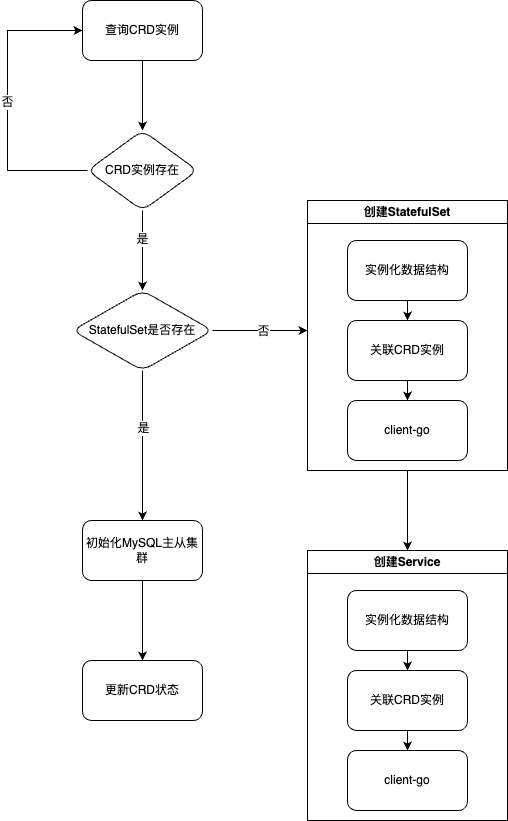
This is diagrams/MysqlOperator流程图.png from kbsonlong/notes_statics, a draw.io export, as it was before one commit. Source tidied: cells renumbered, new cells last; positions are measured from the earlier drawing's top-left corner, leaving out a move shared by most shapes.
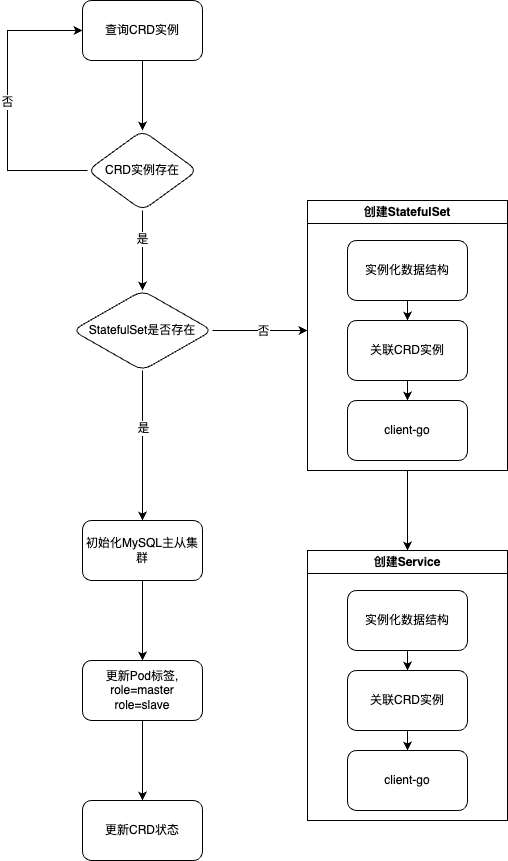
Later version of the same file.

Commit message:
更新MysqlOperator流程图.png

What changed in the source:
```diff
@@ -48,7 +48,10 @@
     <mxCell id="14" value="初始化MySQL主从集群" style="whiteSpace=wrap;html=1;rounded=1;" parent="1" vertex="1">
       <mxGeometry x="75" y="520" width="120" height="60" as="geometry" />
     </mxCell>
+    <mxCell id="31" style="edgeStyle=orthogonalEdgeStyle;rounded=0;jettySize=auto;html=1;" parent="1" edge="1" source="15" target="32">
+      <mxGeometry relative="1" as="geometry" />
+    </mxCell>
-    <mxCell id="15" value="更新CRD状态" style="whiteSpace=wrap;html=1;rounded=1;" parent="1" vertex="1">
+    <mxCell id="15" value="更新Pod标签,&lt;br&gt;role=master&lt;br&gt;role=slave" style="whiteSpace=wrap;html=1;rounded=1;" parent="1" vertex="1">
       <mxGeometry x="75" y="660" width="120" height="60" as="geometry" />
     </mxCell>
     <mxCell id="16" style="edgeStyle=orthogonalEdgeStyle;rounded=0;jettySize=auto;html=1;" parent="1" edge="1" source="17" target="20">
@@ -96,5 +99,8 @@
     <mxCell id="30" value="创建Service" style="swimlane;whiteSpace=wrap;html=1;" parent="1" vertex="1">
       <mxGeometry x="300" y="550" width="200" height="270" as="geometry" />
     </mxCell>
+    <mxCell id="32" value="更新CRD状态" style="whiteSpace=wrap;html=1;rounded=1;" parent="1" vertex="1">
+      <mxGeometry x="75" y="800" width="120" height="60" as="geometry" />
+    </mxCell>
   </root>
 </mxGraphModel>
```
